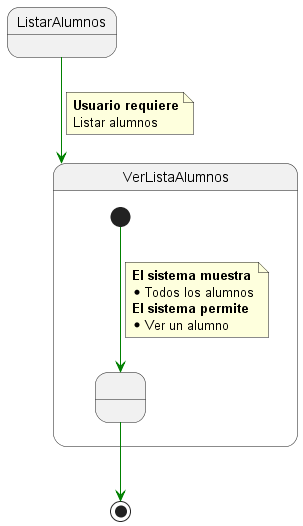
Earlier version of the PlantUML export 000-entregas/Grupo1/DetalleCasosDeUso/images/ListarAlumnos.png (mmasias/IdSw1-22-23).
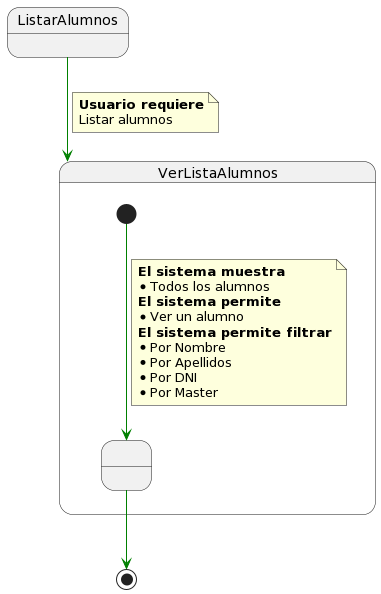
The same diagram one commit later.

What changed in the source:
```diff
@@ -1,5 +1,4 @@
-@startuml ListarAlumnos
-
+@startuml
 State ListarAlumnos
 
 State VerListaAlumnos{
@@ -13,6 +12,11 @@
     * Todos los alumnos
     <b>El sistema permite
     * Ver un alumno
+    <b>El sistema permite filtrar
+    * Por Nombre
+    * Por Apellidos
+    * Por DNI
+    * Por Master
   end note
 
 
@@ -26,6 +30,4 @@
 end note
 
 state1 -[#green]-> [*]
-
-
 @enduml
```
